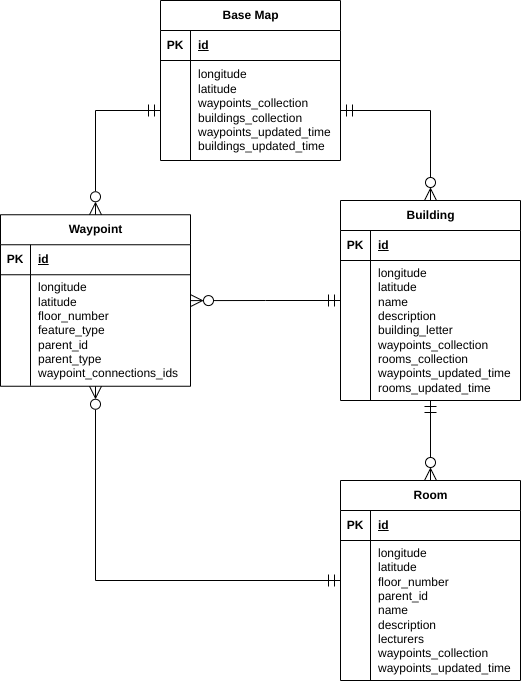
Above: graphs/DatabaseDiagram.drawio.png in NotYetTerminal/Interactive-Map-SETU-Carlow (draw.io), before the change. Source tidied: cells renumbered, new cells last; positions are measured from the earlier drawing's top-left corner, leaving out a move shared by most shapes.
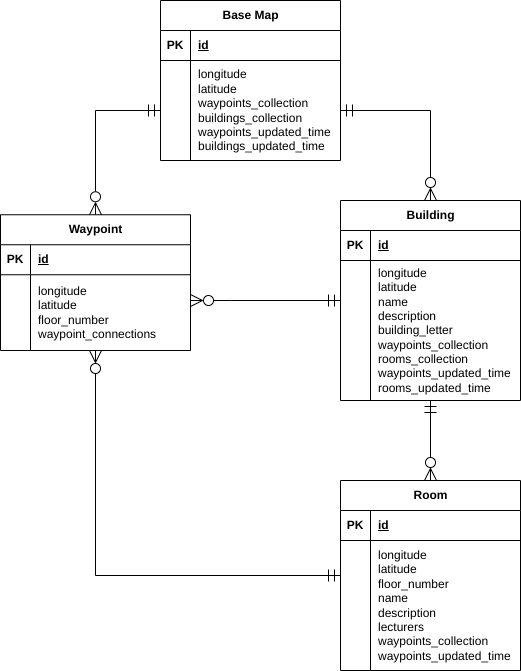
Later version of the same file.

Diff of the diagram source:
```diff
@@ -24,7 +24,7 @@
       <mxGeometry x="30" width="150" height="100" as="geometry" />
     </mxCell>
     <mxCell id="9" value="Waypoint" style="shape=table;startSize=30;rowLines=0;fontStyle=1;align=center;html=1;" parent="1" vertex="1">
-      <mxGeometry y="214.2" width="190" height="171.5" as="geometry" />
+      <mxGeometry y="214.2" width="190" height="135.8" as="geometry" />
     </mxCell>
     <mxCell id="10" style="shape=tableRow;horizontal=0;startSize=0;swimlaneHead=0;swimlaneBody=0;fillColor=none;top=0;left=0;right=0;bottom=1;" parent="9" vertex="1">
       <mxGeometry y="30" width="190" height="30" as="geometry" />
@@ -36,16 +36,16 @@
       <mxGeometry x="30" width="160" height="30" as="geometry" />
     </mxCell>
     <mxCell id="13" style="shape=tableRow;horizontal=0;startSize=0;swimlaneHead=0;swimlaneBody=0;fillColor=none;top=0;left=0;right=0;bottom=0;" parent="9" vertex="1">
-      <mxGeometry y="60" width="190" height="111" as="geometry" />
+      <mxGeometry y="60" width="190" height="76" as="geometry" />
     </mxCell>
     <mxCell id="14" style="shape=partialRectangle;fillColor=none;top=0;left=0;bottom=0;right=0;overflow=hidden;whiteSpace=wrap;html=1;" parent="13" vertex="1">
-      <mxGeometry width="30" height="111" as="geometry" />
+      <mxGeometry width="30" height="76" as="geometry" />
     </mxCell>
-    <mxCell id="15" value="&lt;div&gt;longitude&lt;/div&gt;&lt;div&gt;latitude&lt;br&gt;&lt;/div&gt;&lt;div&gt;floor_number&lt;/div&gt;&lt;div&gt;feature_type&lt;/div&gt;&lt;div&gt;parent_id&lt;/div&gt;&lt;div&gt;parent_type&lt;/div&gt;&lt;div&gt;waypoint_connections_ids&lt;/div&gt;" style="shape=partialRectangle;fillColor=none;top=0;left=0;bottom=0;right=0;align=left;spacingLeft=6;overflow=hidden;whiteSpace=wrap;html=1;" parent="13" vertex="1">
-      <mxGeometry x="30" width="160" height="111" as="geometry" />
+    <mxCell id="15" value="&lt;div&gt;longitude&lt;/div&gt;&lt;div&gt;latitude&lt;br&gt;&lt;/div&gt;&lt;div&gt;floor_number&lt;/div&gt;&lt;div&gt;waypoint_connections&lt;/div&gt;" style="shape=partialRectangle;fillColor=none;top=0;left=0;bottom=0;right=0;align=left;spacingLeft=6;overflow=hidden;whiteSpace=wrap;html=1;" parent="13" vertex="1">
+      <mxGeometry x="30" width="160" height="76" as="geometry" />
     </mxCell>
     <mxCell id="16" value="Room" style="shape=table;startSize=30;rowLines=0;fontStyle=1;align=center;html=1;" parent="1" vertex="1">
-      <mxGeometry x="340" y="480" width="180" height="200" as="geometry" />
+      <mxGeometry x="340" y="480" width="180" height="190" as="geometry" />
     </mxCell>
     <mxCell id="17" style="shape=tableRow;horizontal=0;startSize=0;swimlaneHead=0;swimlaneBody=0;fillColor=none;top=0;left=0;right=0;bottom=1;" parent="16" vertex="1">
       <mxGeometry y="30" width="180" height="30" as="geometry" />
@@ -57,13 +57,13 @@
       <mxGeometry x="30" width="150" height="30" as="geometry" />
     </mxCell>
     <mxCell id="20" style="shape=tableRow;horizontal=0;startSize=0;swimlaneHead=0;swimlaneBody=0;fillColor=none;top=0;left=0;right=0;bottom=0;" parent="16" vertex="1">
-      <mxGeometry y="60" width="180" height="140" as="geometry" />
+      <mxGeometry y="60" width="180" height="130" as="geometry" />
     </mxCell>
     <mxCell id="21" style="shape=partialRectangle;fillColor=none;top=0;left=0;bottom=0;right=0;overflow=hidden;whiteSpace=wrap;html=1;" parent="20" vertex="1">
-      <mxGeometry width="30" height="140" as="geometry" />
+      <mxGeometry width="30" height="130" as="geometry" />
     </mxCell>
-    <mxCell id="22" value="&lt;div&gt;longitude&lt;/div&gt;&lt;div&gt;latitude&lt;br&gt;&lt;/div&gt;&lt;div&gt;&lt;span style=&quot;background-color: initial;&quot;&gt;floor_number&lt;/span&gt;&lt;/div&gt;&lt;div&gt;&lt;span style=&quot;background-color: initial;&quot;&gt;parent_id&lt;/span&gt;&lt;/div&gt;&lt;div&gt;name&lt;/div&gt;&lt;div&gt;description&lt;/div&gt;&lt;div&gt;lecturers&lt;/div&gt;&lt;div&gt;&lt;/div&gt;&lt;div&gt;waypoints_collection&lt;/div&gt;&lt;div&gt;waypoints_updated_time&lt;/div&gt;" style="shape=partialRectangle;fillColor=none;top=0;left=0;bottom=0;right=0;align=left;spacingLeft=6;overflow=hidden;whiteSpace=wrap;html=1;" parent="20" vertex="1">
-      <mxGeometry x="30" width="150" height="140" as="geometry" />
+    <mxCell id="22" value="&lt;div&gt;longitude&lt;/div&gt;&lt;div&gt;latitude&lt;br&gt;&lt;/div&gt;&lt;div&gt;&lt;span style=&quot;background-color: initial;&quot;&gt;floor_number&lt;/span&gt;&lt;/div&gt;&lt;div&gt;name&lt;/div&gt;&lt;div&gt;description&lt;/div&gt;&lt;div&gt;lecturers&lt;/div&gt;&lt;div&gt;&lt;/div&gt;&lt;div&gt;waypoints_collection&lt;/div&gt;&lt;div&gt;waypoints_updated_time&lt;/div&gt;" style="shape=partialRectangle;fillColor=none;top=0;left=0;bottom=0;right=0;align=left;spacingLeft=6;overflow=hidden;whiteSpace=wrap;html=1;" parent="20" vertex="1">
+      <mxGeometry x="30" width="150" height="130" as="geometry" />
     </mxCell>
     <mxCell id="23" value="Building" style="shape=table;startSize=30;rowLines=0;fontStyle=1;align=center;html=1;" parent="1" vertex="1">
       <mxGeometry x="340" y="200" width="180" height="200" as="geometry" />
@@ -93,7 +93,12 @@
       <mxGeometry relative="1" as="geometry" />
     </mxCell>
     <mxCell id="32" style="fontSize=12;html=1;endArrow=ERzeroToMany;rounded=0;edgeStyle=orthogonalEdgeStyle;strokeWidth=1;targetPerimeterSpacing=0;endSize=10;endFill=0;startArrow=ERmandOne;startFill=0;startSize=10;" parent="1" edge="1" source="23" target="9">
-      <mxGeometry relative="1" as="geometry" />
+      <mxGeometry relative="1" as="geometry">
+        <Array as="points">
+          <mxPoint x="230" y="300" />
+          <mxPoint x="230" y="300" />
+        </Array>
+      </mxGeometry>
     </mxCell>
     <mxCell id="33" style="fontSize=12;html=1;endArrow=ERzeroToMany;rounded=0;edgeStyle=orthogonalEdgeStyle;strokeWidth=1;targetPerimeterSpacing=0;endSize=10;endFill=0;startArrow=ERmandOne;startFill=0;startSize=10;" parent="1" edge="1" source="23" target="16">
       <mxGeometry relative="1" as="geometry" />
```
